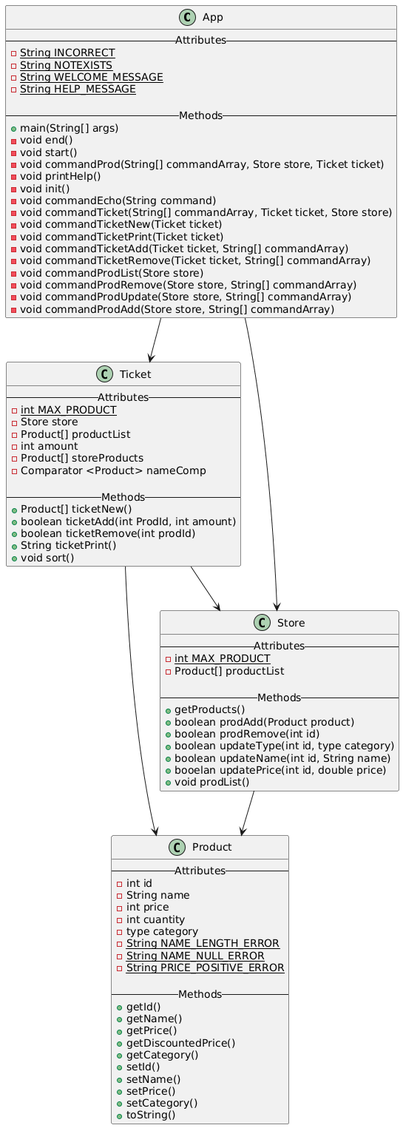
Above: Uml.png in MiguelA021/Proyecto-Poo (PlantUML), before the change.
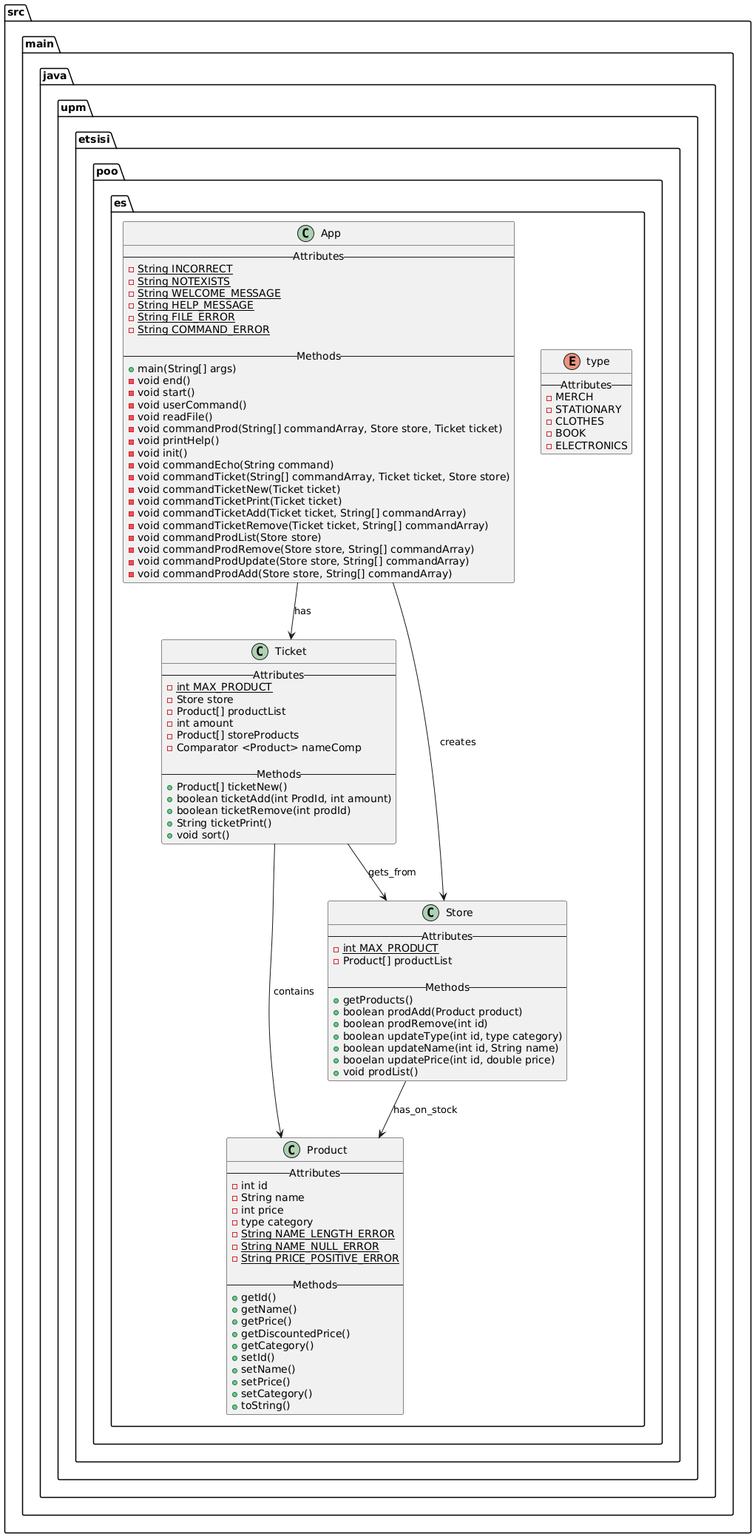
After the commit.

Change to the diagram source:
```diff
@@ -1,15 +1,20 @@
 @startuml
+package src.main.java.upm.etsisi.poo.es{
 class App{
 --   Attributes  --
  -{static} String INCORRECT
  -{static} String NOTEXISTS
  -{static} String WELCOME_MESSAGE
  -{static} String HELP_MESSAGE
+ -{static} String FILE_ERROR
+ -{static} String COMMAND_ERROR
 
 --  Methods --
  +main(String[] args)
  -void end()
  -void start()
+ -void userCommand()
+ -void readFile()
  -void commandProd(String[] commandArray, Store store, Ticket ticket)
  -void printHelp()
  -void init()
@@ -47,7 +52,6 @@
  -int id
  -String name
  -int price
- -int cuantity
  -type category
  -{static} String NAME_LENGTH_ERROR
  -{static} String NAME_NULL_ERROR
@@ -81,9 +85,19 @@
  +void prodList()
 }
 
-App-->Ticket
-App-->Store
-Ticket-->Product
-Ticket-->Store
-Store-->Product
+enum type{
+--   Attributes  --
+ -MERCH
+ -STATIONARY
+ -CLOTHES
+ -BOOK
+ -ELECTRONICS
+}
+
+App-->Ticket : has
+App-->Store : creates
+Ticket-->Product : contains
+Ticket-->Store : gets_from
+Store-->Product : has_on_stock
+}
 @enduml
```
